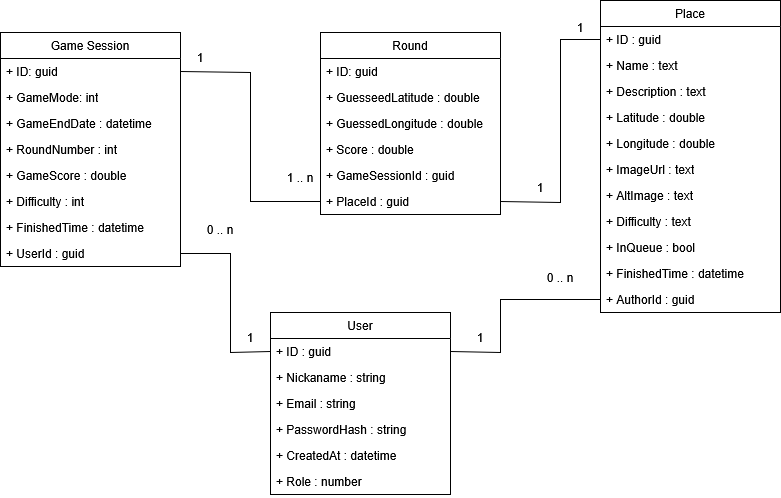
This is docs/thesis/images/erdDiagram.png from Billypl/UniGuesserRun, a draw.io export, as it was before one commit. Source tidied: cells renumbered, new cells last; positions are measured from the earlier drawing's top-left corner, leaving out a move shared by most shapes.
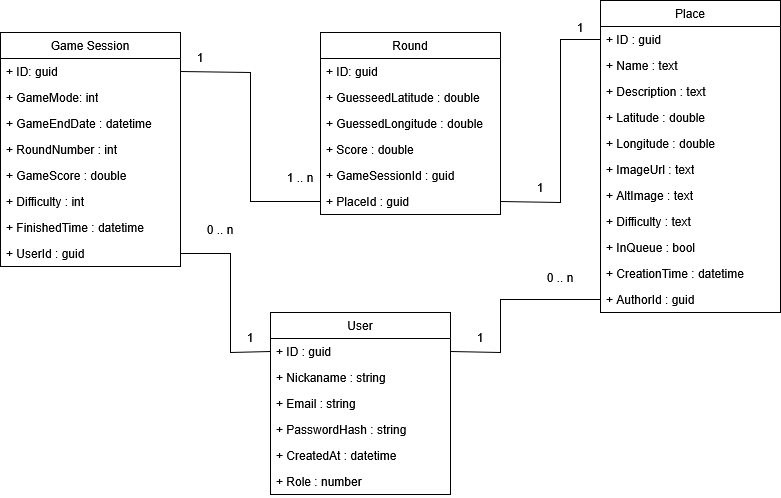
Above is the later version.

Commit message:
UGR-thesis projectSystem(feat): describe tables and add sequence diagram

Diff of the diagram source:
```diff
@@ -59,7 +59,7 @@
     <mxCell id="20" value="+ InQueue : bool" style="text;strokeColor=none;fillColor=none;align=left;verticalAlign=top;spacingLeft=4;spacingRight=4;overflow=hidden;whiteSpace=wrap;html=1;" parent="11" vertex="1">
       <mxGeometry y="234" width="180" height="26" as="geometry" />
     </mxCell>
-    <mxCell id="21" value="+ FinishedTime : datetime" style="text;strokeColor=none;fillColor=none;align=left;verticalAlign=top;spacingLeft=4;spacingRight=4;overflow=hidden;whiteSpace=wrap;html=1;" parent="11" vertex="1">
+    <mxCell id="21" value="+ CreationTime : datetime" style="text;strokeColor=none;fillColor=none;align=left;verticalAlign=top;spacingLeft=4;spacingRight=4;overflow=hidden;whiteSpace=wrap;html=1;" parent="11" vertex="1">
       <mxGeometry y="260" width="180" height="26" as="geometry" />
     </mxCell>
     <mxCell id="22" value="+ AuthorId : guid" style="text;strokeColor=none;fillColor=none;align=left;verticalAlign=top;spacingLeft=4;spacingRight=4;overflow=hidden;points=[[0,0.5],[1,0.5]];portConstraint=eastwest;whiteSpace=wrap;html=1;" parent="11" vertex="1">
```
